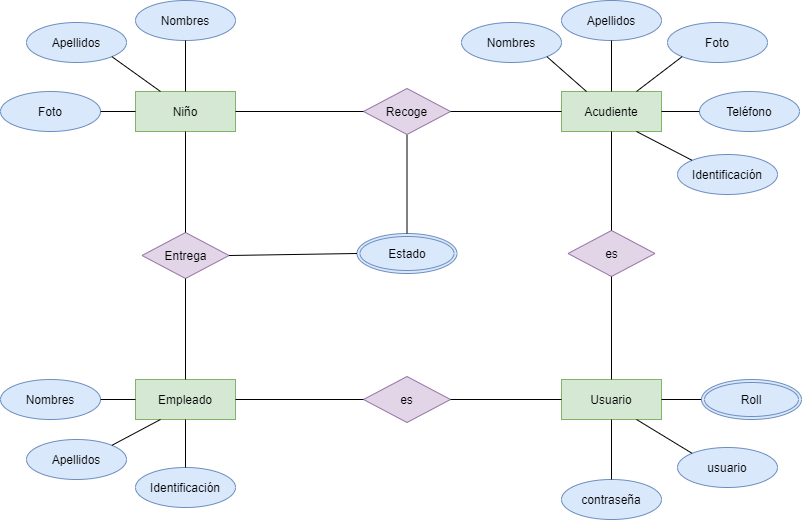
The draw.io diagram ModeloConceptual.png in alfredo57i/ProyectoG59-03, before a commit. Source tidied: cells renumbered, new cells last; positions are measured from the earlier drawing's top-left corner, leaving out a move shared by most shapes. Its diagram source:
```xml
<mxGraphModel>
  <root>
    <mxCell id="0" />
    <mxCell id="1" parent="0" />
    <mxCell id="2" value="Niño" style="whiteSpace=wrap;html=1;align=center;fillColor=#d5e8d4;strokeColor=#82b366;" parent="1" vertex="1">
      <mxGeometry x="135" y="91" width="100" height="40" as="geometry" />
    </mxCell>
    <mxCell id="3" value="Acudiente" style="whiteSpace=wrap;html=1;align=center;fillColor=#d5e8d4;strokeColor=#82b366;" parent="1" vertex="1">
      <mxGeometry x="561" y="91" width="100" height="40" as="geometry" />
    </mxCell>
    <mxCell id="4" value="Nombres" style="ellipse;whiteSpace=wrap;html=1;align=center;fillColor=#dae8fc;strokeColor=#6c8ebf;" parent="1" vertex="1">
      <mxGeometry x="135" width="100" height="40" as="geometry" />
    </mxCell>
    <mxCell id="5" value="Nombres" style="ellipse;whiteSpace=wrap;html=1;align=center;fillColor=#dae8fc;strokeColor=#6c8ebf;" parent="1" vertex="1">
      <mxGeometry x="461" y="22" width="100" height="40" as="geometry" />
    </mxCell>
    <mxCell id="6" value="Apellidos" style="ellipse;whiteSpace=wrap;html=1;align=center;fillColor=#dae8fc;strokeColor=#6c8ebf;" parent="1" vertex="1">
      <mxGeometry x="26" y="22" width="100" height="40" as="geometry" />
    </mxCell>
    <mxCell id="7" value="Apellidos" style="ellipse;whiteSpace=wrap;html=1;align=center;fillColor=#dae8fc;strokeColor=#6c8ebf;" parent="1" vertex="1">
      <mxGeometry x="561" width="100" height="40" as="geometry" />
    </mxCell>
    <mxCell id="8" value="Foto" style="ellipse;whiteSpace=wrap;html=1;align=center;fillColor=#dae8fc;strokeColor=#6c8ebf;" parent="1" vertex="1">
      <mxGeometry y="91" width="100" height="40" as="geometry" />
    </mxCell>
    <mxCell id="9" value="Foto" style="ellipse;whiteSpace=wrap;html=1;align=center;fillColor=#dae8fc;strokeColor=#6c8ebf;" parent="1" vertex="1">
      <mxGeometry x="667" y="22" width="100" height="40" as="geometry" />
    </mxCell>
    <mxCell id="10" value="Identificación" style="ellipse;whiteSpace=wrap;html=1;align=center;fillColor=#dae8fc;strokeColor=#6c8ebf;" parent="1" vertex="1">
      <mxGeometry x="677" y="154" width="100" height="40" as="geometry" />
    </mxCell>
    <mxCell id="11" value="Teléfono" style="ellipse;whiteSpace=wrap;html=1;align=center;fillColor=#dae8fc;strokeColor=#6c8ebf;" parent="1" vertex="1">
      <mxGeometry x="699" y="91" width="100" height="40" as="geometry" />
    </mxCell>
    <mxCell id="12" value="Estado" style="ellipse;shape=doubleEllipse;margin=3;whiteSpace=wrap;html=1;align=center;fillColor=#dae8fc;strokeColor=#6c8ebf;" parent="1" vertex="1">
      <mxGeometry x="356.5" y="233" width="100" height="40" as="geometry" />
    </mxCell>
    <mxCell id="13" style="endArrow=none;html=1;rounded=0;exitX=0.5;exitY=0;exitDx=0;exitDy=0;entryX=0.5;entryY=1;entryDx=0;entryDy=0;" parent="1" edge="1" source="2" target="4">
      <mxGeometry relative="1" as="geometry" />
    </mxCell>
    <mxCell id="14" style="endArrow=none;html=1;rounded=0;exitX=1;exitY=1;exitDx=0;exitDy=0;entryX=0.25;entryY=0;entryDx=0;entryDy=0;" parent="1" edge="1" source="6" target="2">
      <mxGeometry relative="1" as="geometry" />
    </mxCell>
    <mxCell id="15" style="endArrow=none;html=1;rounded=0;exitX=1;exitY=0.5;exitDx=0;exitDy=0;entryX=0;entryY=0.5;entryDx=0;entryDy=0;" parent="1" edge="1" source="8" target="2">
      <mxGeometry relative="1" as="geometry" />
    </mxCell>
    <mxCell id="16" style="endArrow=none;html=1;rounded=0;entryX=0.5;entryY=0;entryDx=0;entryDy=0;exitX=0.5;exitY=1;exitDx=0;exitDy=0;" parent="1" edge="1" source="42" target="12">
      <mxGeometry relative="1" as="geometry" />
    </mxCell>
    <mxCell id="17" style="endArrow=none;html=1;rounded=0;entryX=0.25;entryY=0;entryDx=0;entryDy=0;exitX=1;exitY=1;exitDx=0;exitDy=0;" parent="1" edge="1" source="5" target="3">
      <mxGeometry relative="1" as="geometry" />
    </mxCell>
    <mxCell id="18" style="endArrow=none;html=1;rounded=0;entryX=0.5;entryY=0;entryDx=0;entryDy=0;exitX=0.5;exitY=1;exitDx=0;exitDy=0;" parent="1" edge="1" source="7" target="3">
      <mxGeometry relative="1" as="geometry" />
    </mxCell>
    <mxCell id="19" style="endArrow=none;html=1;rounded=0;exitX=0;exitY=1;exitDx=0;exitDy=0;entryX=0.75;entryY=0;entryDx=0;entryDy=0;" parent="1" edge="1" source="9" target="3">
      <mxGeometry relative="1" as="geometry" />
    </mxCell>
    <mxCell id="20" style="endArrow=none;html=1;rounded=0;entryX=0;entryY=0;entryDx=0;entryDy=0;exitX=0.75;exitY=1;exitDx=0;exitDy=0;" parent="1" edge="1" source="3" target="10">
      <mxGeometry relative="1" as="geometry" />
    </mxCell>
    <mxCell id="21" style="endArrow=none;html=1;rounded=0;exitX=1;exitY=0.5;exitDx=0;exitDy=0;entryX=0;entryY=0.5;entryDx=0;entryDy=0;" parent="1" edge="1" source="3" target="11">
      <mxGeometry relative="1" as="geometry" />
    </mxCell>
    <mxCell id="22" value="Empleado" style="whiteSpace=wrap;html=1;align=center;fillColor=#d5e8d4;strokeColor=#82b366;" parent="1" vertex="1">
      <mxGeometry x="135" y="379" width="100" height="40" as="geometry" />
    </mxCell>
    <mxCell id="23" value="Apellidos" style="ellipse;whiteSpace=wrap;html=1;align=center;fillColor=#dae8fc;strokeColor=#6c8ebf;" parent="1" vertex="1">
      <mxGeometry x="26" y="439" width="100" height="40" as="geometry" />
    </mxCell>
    <mxCell id="24" value="Identificación" style="ellipse;whiteSpace=wrap;html=1;align=center;fillColor=#dae8fc;strokeColor=#6c8ebf;" parent="1" vertex="1">
      <mxGeometry x="135" y="467" width="100" height="40" as="geometry" />
    </mxCell>
    <mxCell id="25" value="Nombres" style="ellipse;whiteSpace=wrap;html=1;align=center;fillColor=#dae8fc;strokeColor=#6c8ebf;" parent="1" vertex="1">
      <mxGeometry y="379" width="100" height="40" as="geometry" />
    </mxCell>
    <mxCell id="26" style="endArrow=none;html=1;rounded=0;entryX=0.25;entryY=1;entryDx=0;entryDy=0;exitX=1;exitY=0;exitDx=0;exitDy=0;" parent="1" edge="1" source="23" target="22">
      <mxGeometry relative="1" as="geometry" />
    </mxCell>
    <mxCell id="27" style="endArrow=none;html=1;rounded=0;exitX=0.5;exitY=0;exitDx=0;exitDy=0;entryX=0.5;entryY=1;entryDx=0;entryDy=0;" parent="1" edge="1" source="24" target="22">
      <mxGeometry relative="1" as="geometry" />
    </mxCell>
    <mxCell id="28" style="endArrow=none;html=1;rounded=0;exitX=1;exitY=0.5;exitDx=0;exitDy=0;entryX=0;entryY=0.5;entryDx=0;entryDy=0;" parent="1" edge="1" source="25" target="22">
      <mxGeometry relative="1" as="geometry" />
    </mxCell>
    <mxCell id="29" value="Usuario" style="whiteSpace=wrap;html=1;align=center;fillColor=#d5e8d4;strokeColor=#82b366;" parent="1" vertex="1">
      <mxGeometry x="561" y="379" width="100" height="40" as="geometry" />
    </mxCell>
    <mxCell id="30" value="usuario" style="ellipse;whiteSpace=wrap;html=1;align=center;fillColor=#dae8fc;strokeColor=#6c8ebf;" parent="1" vertex="1">
      <mxGeometry x="677" y="447" width="100" height="40" as="geometry" />
    </mxCell>
    <mxCell id="31" value="contraseña" style="ellipse;whiteSpace=wrap;html=1;align=center;fillColor=#dae8fc;strokeColor=#6c8ebf;" parent="1" vertex="1">
      <mxGeometry x="561" y="479" width="100" height="40" as="geometry" />
    </mxCell>
    <mxCell id="32" style="endArrow=none;html=1;rounded=0;exitX=0;exitY=0.5;exitDx=0;exitDy=0;entryX=1;entryY=0.5;entryDx=0;entryDy=0;" parent="1" edge="1" source="35" target="29">
      <mxGeometry relative="1" as="geometry" />
    </mxCell>
    <mxCell id="33" style="endArrow=none;html=1;rounded=0;entryX=0;entryY=0;entryDx=0;entryDy=0;exitX=0.75;exitY=1;exitDx=0;exitDy=0;" parent="1" edge="1" source="29" target="30">
      <mxGeometry relative="1" as="geometry" />
    </mxCell>
    <mxCell id="34" style="endArrow=none;html=1;rounded=0;exitX=0.5;exitY=1;exitDx=0;exitDy=0;" parent="1" edge="1" source="29" target="31">
      <mxGeometry relative="1" as="geometry" />
    </mxCell>
    <mxCell id="35" value="Roll" style="ellipse;shape=doubleEllipse;margin=3;whiteSpace=wrap;html=1;align=center;fillColor=#dae8fc;strokeColor=#6c8ebf;" parent="1" vertex="1">
      <mxGeometry x="701" y="379" width="100" height="40" as="geometry" />
    </mxCell>
    <mxCell id="36" value="es" style="shape=rhombus;perimeter=rhombusPerimeter;whiteSpace=wrap;html=1;align=center;fillColor=#e1d5e7;strokeColor=#9673a6;" parent="1" vertex="1">
      <mxGeometry x="363" y="376" width="87" height="46" as="geometry" />
    </mxCell>
    <mxCell id="37" value="es" style="shape=rhombus;perimeter=rhombusPerimeter;whiteSpace=wrap;html=1;align=center;fillColor=#e1d5e7;strokeColor=#9673a6;" parent="1" vertex="1">
      <mxGeometry x="567.5" y="230" width="87" height="46" as="geometry" />
    </mxCell>
    <mxCell id="38" style="endArrow=none;html=1;rounded=0;entryX=0.5;entryY=0;entryDx=0;entryDy=0;exitX=0.5;exitY=1;exitDx=0;exitDy=0;" parent="1" edge="1" source="3" target="37">
      <mxGeometry relative="1" as="geometry" />
    </mxCell>
    <mxCell id="39" style="endArrow=none;html=1;rounded=0;entryX=0.5;entryY=0;entryDx=0;entryDy=0;exitX=0.5;exitY=1;exitDx=0;exitDy=0;" parent="1" edge="1" source="37" target="29">
      <mxGeometry relative="1" as="geometry" />
    </mxCell>
    <mxCell id="40" style="endArrow=none;html=1;rounded=0;entryX=1;entryY=0.5;entryDx=0;entryDy=0;exitX=0;exitY=0.5;exitDx=0;exitDy=0;" parent="1" edge="1" source="29" target="36">
      <mxGeometry relative="1" as="geometry" />
    </mxCell>
    <mxCell id="41" style="endArrow=none;html=1;rounded=0;entryX=1;entryY=0.5;entryDx=0;entryDy=0;exitX=0;exitY=0.5;exitDx=0;exitDy=0;" parent="1" edge="1" source="36" target="22">
      <mxGeometry relative="1" as="geometry" />
    </mxCell>
    <mxCell id="42" value="Recoge" style="shape=rhombus;perimeter=rhombusPerimeter;whiteSpace=wrap;html=1;align=center;fillColor=#e1d5e7;strokeColor=#9673a6;" parent="1" vertex="1">
      <mxGeometry x="363" y="88" width="87" height="46" as="geometry" />
    </mxCell>
    <mxCell id="43" value="Entrega" style="shape=rhombus;perimeter=rhombusPerimeter;whiteSpace=wrap;html=1;align=center;fillColor=#e1d5e7;strokeColor=#9673a6;" parent="1" vertex="1">
      <mxGeometry x="141.5" y="232" width="87" height="46" as="geometry" />
    </mxCell>
    <mxCell id="44" style="endArrow=none;html=1;rounded=0;exitX=0.5;exitY=1;exitDx=0;exitDy=0;entryX=0.5;entryY=0;entryDx=0;entryDy=0;" parent="1" edge="1" source="43" target="22">
      <mxGeometry relative="1" as="geometry" />
    </mxCell>
    <mxCell id="45" style="endArrow=none;html=1;rounded=0;entryX=0.5;entryY=0;entryDx=0;entryDy=0;exitX=0.5;exitY=1;exitDx=0;exitDy=0;" parent="1" edge="1" source="2" target="43">
      <mxGeometry relative="1" as="geometry" />
    </mxCell>
    <mxCell id="46" style="endArrow=none;html=1;rounded=0;entryX=1;entryY=0.5;entryDx=0;entryDy=0;exitX=0;exitY=0.5;exitDx=0;exitDy=0;" parent="1" edge="1" source="12" target="43">
      <mxGeometry relative="1" as="geometry" />
    </mxCell>
    <mxCell id="47" style="endArrow=none;html=1;rounded=0;entryX=1;entryY=0.5;entryDx=0;entryDy=0;exitX=0;exitY=0.5;exitDx=0;exitDy=0;" parent="1" edge="1" source="42" target="2">
      <mxGeometry relative="1" as="geometry" />
    </mxCell>
    <mxCell id="48" style="endArrow=none;html=1;rounded=0;entryX=1;entryY=0.5;entryDx=0;entryDy=0;exitX=0;exitY=0.5;exitDx=0;exitDy=0;" parent="1" edge="1" source="3" target="42">
      <mxGeometry relative="1" as="geometry" />
    </mxCell>
  </root>
</mxGraphModel>
```
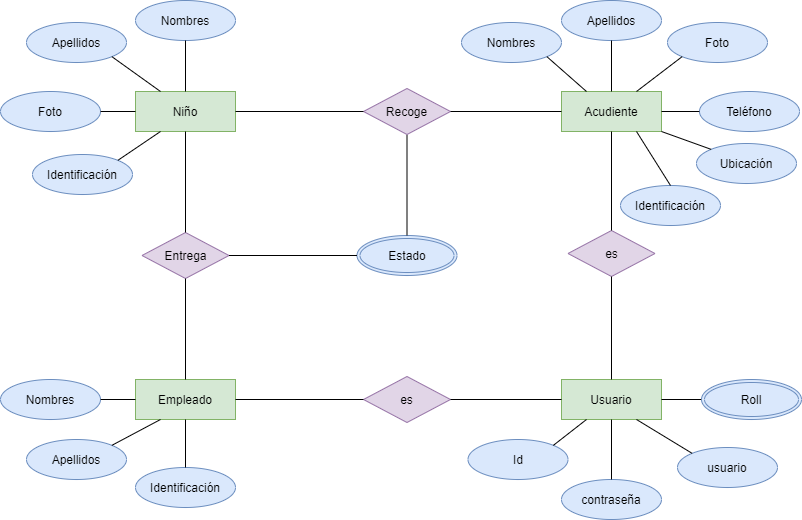
Above is the later version.

What changed in the source:
```diff
@@ -27,13 +27,13 @@
       <mxGeometry x="667" y="22" width="100" height="40" as="geometry" />
     </mxCell>
     <mxCell id="10" value="Identificación" style="ellipse;whiteSpace=wrap;html=1;align=center;fillColor=#dae8fc;strokeColor=#6c8ebf;" parent="1" vertex="1">
-      <mxGeometry x="677" y="154" width="100" height="40" as="geometry" />
+      <mxGeometry x="620" y="185" width="100" height="40" as="geometry" />
     </mxCell>
     <mxCell id="11" value="Teléfono" style="ellipse;whiteSpace=wrap;html=1;align=center;fillColor=#dae8fc;strokeColor=#6c8ebf;" parent="1" vertex="1">
       <mxGeometry x="699" y="91" width="100" height="40" as="geometry" />
     </mxCell>
     <mxCell id="12" value="Estado" style="ellipse;shape=doubleEllipse;margin=3;whiteSpace=wrap;html=1;align=center;fillColor=#dae8fc;strokeColor=#6c8ebf;" parent="1" vertex="1">
-      <mxGeometry x="356.5" y="233" width="100" height="40" as="geometry" />
+      <mxGeometry x="356.5" y="235" width="100" height="40" as="geometry" />
     </mxCell>
     <mxCell id="13" style="endArrow=none;html=1;rounded=0;exitX=0.5;exitY=0;exitDx=0;exitDy=0;entryX=0.5;entryY=1;entryDx=0;entryDy=0;" parent="1" edge="1" source="2" target="4">
       <mxGeometry relative="1" as="geometry" />
@@ -56,7 +56,7 @@
     <mxCell id="19" style="endArrow=none;html=1;rounded=0;exitX=0;exitY=1;exitDx=0;exitDy=0;entryX=0.75;entryY=0;entryDx=0;entryDy=0;" parent="1" edge="1" source="9" target="3">
       <mxGeometry relative="1" as="geometry" />
     </mxCell>
-    <mxCell id="20" style="endArrow=none;html=1;rounded=0;entryX=0;entryY=0;entryDx=0;entryDy=0;exitX=0.75;exitY=1;exitDx=0;exitDy=0;" parent="1" edge="1" source="3" target="10">
+    <mxCell id="20" style="endArrow=none;html=1;rounded=0;entryX=0.5;entryY=0;entryDx=0;entryDy=0;exitX=0.75;exitY=1;exitDx=0;exitDy=0;" parent="1" edge="1" source="3" target="10">
       <mxGeometry relative="1" as="geometry" />
     </mxCell>
     <mxCell id="21" style="endArrow=none;html=1;rounded=0;exitX=1;exitY=0.5;exitDx=0;exitDy=0;entryX=0;entryY=0.5;entryDx=0;entryDy=0;" parent="1" edge="1" source="3" target="11">
@@ -98,7 +98,7 @@
     <mxCell id="33" style="endArrow=none;html=1;rounded=0;entryX=0;entryY=0;entryDx=0;entryDy=0;exitX=0.75;exitY=1;exitDx=0;exitDy=0;" parent="1" edge="1" source="29" target="30">
       <mxGeometry relative="1" as="geometry" />
     </mxCell>
-    <mxCell id="34" style="endArrow=none;html=1;rounded=0;exitX=0.5;exitY=1;exitDx=0;exitDy=0;" parent="1" edge="1" source="29" target="31">
+    <mxCell id="34" style="endArrow=none;html=1;rounded=0;exitX=0.5;exitY=1;exitDx=0;exitDy=0;entryX=0.5;entryY=0;entryDx=0;entryDy=0;" parent="1" edge="1" source="29" target="31">
       <mxGeometry relative="1" as="geometry" />
     </mxCell>
     <mxCell id="35" value="Roll" style="ellipse;shape=doubleEllipse;margin=3;whiteSpace=wrap;html=1;align=center;fillColor=#dae8fc;strokeColor=#6c8ebf;" parent="1" vertex="1">
@@ -143,5 +143,23 @@
     <mxCell id="48" style="endArrow=none;html=1;rounded=0;entryX=1;entryY=0.5;entryDx=0;entryDy=0;exitX=0;exitY=0.5;exitDx=0;exitDy=0;" parent="1" edge="1" source="3" target="42">
       <mxGeometry relative="1" as="geometry" />
     </mxCell>
+    <mxCell id="49" value="Identificación" style="ellipse;whiteSpace=wrap;html=1;align=center;fillColor=#dae8fc;strokeColor=#6c8ebf;" parent="1" vertex="1">
+      <mxGeometry x="32" y="154" width="100" height="40" as="geometry" />
+    </mxCell>
+    <mxCell id="50" style="endArrow=none;html=1;rounded=0;exitX=1;exitY=0;exitDx=0;exitDy=0;entryX=0.25;entryY=1;entryDx=0;entryDy=0;" parent="1" edge="1" source="49" target="2">
+      <mxGeometry relative="1" as="geometry" />
+    </mxCell>
+    <mxCell id="51" value="Id" style="ellipse;whiteSpace=wrap;html=1;align=center;fillColor=#dae8fc;strokeColor=#6c8ebf;" parent="1" vertex="1">
+      <mxGeometry x="467.5" y="439" width="100" height="40" as="geometry" />
+    </mxCell>
+    <mxCell id="52" style="endArrow=none;html=1;rounded=0;exitX=0.25;exitY=1;exitDx=0;exitDy=0;entryX=1;entryY=0;entryDx=0;entryDy=0;" parent="1" edge="1" source="29" target="51">
+      <mxGeometry relative="1" as="geometry" />
+    </mxCell>
+    <mxCell id="53" value="Ubicación" style="ellipse;whiteSpace=wrap;html=1;align=center;fillColor=#dae8fc;strokeColor=#6c8ebf;" parent="1" vertex="1">
+      <mxGeometry x="696" y="143" width="100" height="40" as="geometry" />
+    </mxCell>
+    <mxCell id="54" style="endArrow=none;html=1;rounded=0;exitX=1;exitY=1;exitDx=0;exitDy=0;entryX=0;entryY=0;entryDx=0;entryDy=0;" parent="1" edge="1" source="3" target="53">
+      <mxGeometry relative="1" as="geometry" />
+    </mxCell>
   </root>
 </mxGraphModel>
```
